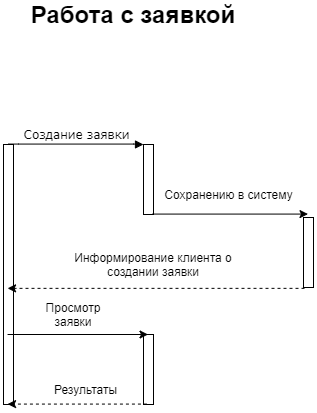
The draw.io diagram Process1.png in mariarheon/LaboratoryService, before a commit. Source tidied: cells renumbered, new cells last; positions are measured from the earlier drawing's top-left corner, leaving out a move shared by most shapes.
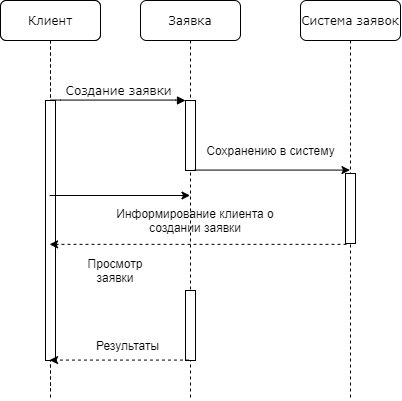
After the commit.

What changed in the source:
```diff
@@ -2,57 +2,61 @@
   <root>
     <mxCell id="0" />
     <mxCell id="1" parent="0" />
-    <mxCell id="2" style="html=1;points=[];perimeter=orthogonalPerimeter;rounded=0;shadow=0;comic=0;labelBackgroundColor=none;strokeWidth=1;fontFamily=Verdana;fontSize=12;align=center;" parent="1" vertex="1">
-      <mxGeometry x="140" y="140" width="10" height="70" as="geometry" />
+    <mxCell id="2" value="Заявка" style="shape=umlLifeline;perimeter=lifelinePerimeter;whiteSpace=wrap;html=1;outlineConnect=0;rounded=1;shadow=0;comic=0;labelBackgroundColor=none;strokeWidth=1;fontFamily=Verdana;fontSize=12;align=center;" parent="1" vertex="1">
+      <mxGeometry x="95" y="40" width="100" height="400" as="geometry" />
     </mxCell>
-    <mxCell id="3" style="html=1;points=[];perimeter=orthogonalPerimeter;rounded=0;shadow=0;comic=0;labelBackgroundColor=none;strokeWidth=1;fontFamily=Verdana;fontSize=12;align=center;" parent="1" vertex="1">
-      <mxGeometry x="140" y="330" width="10" height="70" as="geometry" />
+    <mxCell id="3" style="html=1;points=[];perimeter=orthogonalPerimeter;rounded=0;shadow=0;comic=0;labelBackgroundColor=none;strokeWidth=1;fontFamily=Verdana;fontSize=12;align=center;" parent="2" vertex="1">
+      <mxGeometry x="45" y="100" width="10" height="70" as="geometry" />
     </mxCell>
-    <mxCell id="4" style="html=1;points=[];perimeter=orthogonalPerimeter;rounded=0;shadow=0;comic=0;labelBackgroundColor=none;strokeWidth=1;fontFamily=Verdana;fontSize=12;align=center;" parent="1" vertex="1">
-      <mxGeometry x="300" y="213" width="10" height="70" as="geometry" />
+    <mxCell id="4" style="html=1;points=[];perimeter=orthogonalPerimeter;rounded=0;shadow=0;comic=0;labelBackgroundColor=none;strokeWidth=1;fontFamily=Verdana;fontSize=12;align=center;" parent="2" vertex="1">
+      <mxGeometry x="45" y="290" width="10" height="70" as="geometry" />
     </mxCell>
-    <mxCell id="5" style="html=1;points=[];perimeter=orthogonalPerimeter;rounded=0;shadow=0;comic=0;labelBackgroundColor=none;strokeWidth=1;fontFamily=Verdana;fontSize=12;align=center;" parent="1" vertex="1">
-      <mxGeometry y="140" width="10" height="260" as="geometry" />
+    <mxCell id="5" value="Система заявок" style="shape=umlLifeline;perimeter=lifelinePerimeter;whiteSpace=wrap;html=1;outlineConnect=0;rounded=1;shadow=0;comic=0;labelBackgroundColor=none;strokeWidth=1;fontFamily=Verdana;fontSize=12;align=center;" parent="1" vertex="1">
+      <mxGeometry x="255" y="40" width="100" height="400" as="geometry" />
     </mxCell>
-    <mxCell id="6" value="Создание заявки" style="html=1;verticalAlign=bottom;endArrow=block;entryX=0;entryY=0;labelBackgroundColor=none;fontFamily=Verdana;fontSize=12;edgeStyle=elbowEdgeStyle;elbow=vertical;" parent="1" edge="1" source="5" target="2">
-      <mxGeometry relative="1" as="geometry" />
+    <mxCell id="6" style="html=1;perimeter=orthogonalPerimeter;rounded=0;shadow=0;comic=0;labelBackgroundColor=none;strokeWidth=1;fontFamily=Verdana;fontSize=12;align=center;" parent="5" vertex="1">
+      <mxGeometry x="45" y="173" width="10" height="70" as="geometry" />
     </mxCell>
-    <mxCell id="7" style="endArrow=classic;html=1;exitX=0.914;exitY=0.994;exitDx=0;exitDy=0;exitPerimeter=0;" parent="1" edge="1" source="2">
-      <mxGeometry relative="1" as="geometry">
-        <mxPoint x="304.5" y="209.6" as="targetPoint" />
-      </mxGeometry>
+    <mxCell id="7" value="Клиент" style="shape=umlLifeline;perimeter=lifelinePerimeter;whiteSpace=wrap;html=1;outlineConnect=0;rounded=1;shadow=0;comic=0;labelBackgroundColor=none;strokeWidth=1;fontFamily=Verdana;fontSize=12;align=center;" parent="1" vertex="1">
+      <mxGeometry x="-45" y="40" width="100" height="390" as="geometry" />
     </mxCell>
-    <mxCell id="8" value="Сохранению в систему" style="text;html=1;align=center;verticalAlign=middle;points=[];" parent="1" vertex="1">
-      <mxGeometry x="155" y="180" width="140" height="20" as="geometry" />
+    <mxCell id="8" style="html=1;points=[];perimeter=orthogonalPerimeter;rounded=0;shadow=0;comic=0;labelBackgroundColor=none;strokeWidth=1;fontFamily=Verdana;fontSize=12;align=center;" parent="7" vertex="1">
+      <mxGeometry x="45" y="100" width="10" height="260" as="geometry" />
     </mxCell>
-    <mxCell id="9" style="endArrow=classic;html=1;exitX=0.2;exitY=1.055;exitDx=0;exitDy=0;exitPerimeter=0;dashed=1;" parent="1" edge="1">
-      <mxGeometry relative="1" as="geometry">
-        <mxPoint x="301" y="283.9" as="sourcePoint" />
-        <mxPoint x="4.1" y="283.9" as="targetPoint" />
-      </mxGeometry>
+    <mxCell id="9" value="Клиент" style="shape=umlLifeline;perimeter=lifelinePerimeter;whiteSpace=wrap;html=1;rounded=1;shadow=0;comic=0;labelBackgroundColor=none;strokeWidth=1;fontFamily=Verdana;fontSize=12;align=center;" parent="7" vertex="1">
+      <mxGeometry width="100" height="400" as="geometry" />
     </mxCell>
-    <mxCell id="10" value="Информирование клиента о создании заявки" style="text;html=1;strokeColor=none;fillColor=none;align=center;verticalAlign=middle;whiteSpace=wrap;rounded=0;" parent="1" vertex="1">
-      <mxGeometry x="55" y="250" width="190" height="20" as="geometry" />
+    <mxCell id="10" style="html=1;perimeter=orthogonalPerimeter;rounded=0;shadow=0;comic=0;labelBackgroundColor=none;strokeWidth=1;fontFamily=Verdana;fontSize=12;align=center;" parent="9" vertex="1">
+      <mxGeometry x="45" y="100" width="10" height="260" as="geometry" />
     </mxCell>
-    <mxCell id="11" value="&lt;b&gt;&lt;font style=&quot;font-size: 24px&quot;&gt;Работа с заявкой&lt;/font&gt;&lt;/b&gt;" style="text;html=1;strokeColor=none;fillColor=none;align=center;verticalAlign=middle;whiteSpace=wrap;rounded=0;" parent="1" vertex="1">
-      <mxGeometry x="15" width="230" height="20" as="geometry" />
+    <mxCell id="11" value="Создание заявки" style="html=1;verticalAlign=bottom;endArrow=block;entryX=0;entryY=0;labelBackgroundColor=none;fontFamily=Verdana;fontSize=12;edgeStyle=elbowEdgeStyle;elbow=vertical;" parent="1" edge="1" source="8" target="3">
+      <mxGeometry relative="1" as="geometry" />
     </mxCell>
-    <mxCell id="12" style="endArrow=classic;html=1;" parent="1" edge="1">
-      <mxGeometry relative="1" as="geometry">
-        <mxPoint x="4.1" y="330" as="sourcePoint" />
-        <mxPoint x="144.5" y="330" as="targetPoint" />
-      </mxGeometry>
+    <mxCell id="12" style="endArrow=classic;html=1;exitX=0.914;exitY=0.994;exitDx=0;exitDy=0;exitPerimeter=0;" parent="1" edge="1" source="3" target="5">
+      <mxGeometry relative="1" as="geometry" />
     </mxCell>
-    <mxCell id="13" value="Просмотр заявки" style="text;html=1;strokeColor=none;fillColor=none;align=center;verticalAlign=middle;whiteSpace=wrap;rounded=0;" parent="1" vertex="1">
-      <mxGeometry x="25" y="300" width="90" height="20" as="geometry" />
+    <mxCell id="13" value="Сохранению в систему" style="text;html=1;align=center;verticalAlign=middle;" parent="1" vertex="1">
+      <mxGeometry x="155" y="180" width="140" height="20" as="geometry" />
     </mxCell>
-    <mxCell id="14" style="endArrow=classic;html=1;exitX=0.343;exitY=0.994;exitDx=0;exitDy=0;exitPerimeter=0;dashed=1;" parent="1" edge="1" source="3">
+    <mxCell id="14" style="endArrow=classic;html=1;exitX=0.2;exitY=1.055;exitDx=0;exitDy=0;exitPerimeter=0;dashed=1;" parent="1" edge="1" target="7">
       <mxGeometry relative="1" as="geometry">
-        <mxPoint x="4.1" y="399.6" as="targetPoint" />
+        <mxPoint x="301" y="283.9" as="sourcePoint" />
       </mxGeometry>
     </mxCell>
-    <mxCell id="15" value="Результаты" style="text;html=1;align=center;verticalAlign=middle;" parent="1" vertex="1">
-      <mxGeometry x="42" y="375" width="80" height="20" as="geometry" />
+    <mxCell id="15" value="Информирование клиента о создании заявки" style="text;html=1;strokeColor=none;fillColor=none;align=center;verticalAlign=middle;whiteSpace=wrap;rounded=0;" parent="1" vertex="1">
+      <mxGeometry x="55" y="250" width="190" height="20" as="geometry" />
     </mxCell>
+    <mxCell id="16" style="endArrow=classic;html=1;" parent="1" edge="1" source="7" target="2">
+      <mxGeometry relative="1" as="geometry" />
+    </mxCell>
+    <mxCell id="17" value="Просмотр заявки" style="text;html=1;strokeColor=none;fillColor=none;align=center;verticalAlign=middle;whiteSpace=wrap;rounded=0;" parent="1" vertex="1">
+      <mxGeometry x="25" y="300" width="90" height="20" as="geometry" />
+    </mxCell>
+    <mxCell id="18" style="endArrow=classic;html=1;exitX=0.343;exitY=0.994;exitDx=0;exitDy=0;exitPerimeter=0;dashed=1;" parent="1" edge="1" source="4" target="7">
+      <mxGeometry relative="1" as="geometry" />
+    </mxCell>
+    <mxCell id="19" value="Результаты" style="text;html=1;align=center;verticalAlign=middle;" parent="1" vertex="1">
+      <mxGeometry x="42" y="375" width="80" height="20" as="geometry" />
+    </mxCell>
   </root>
 </mxGraphModel>
```
